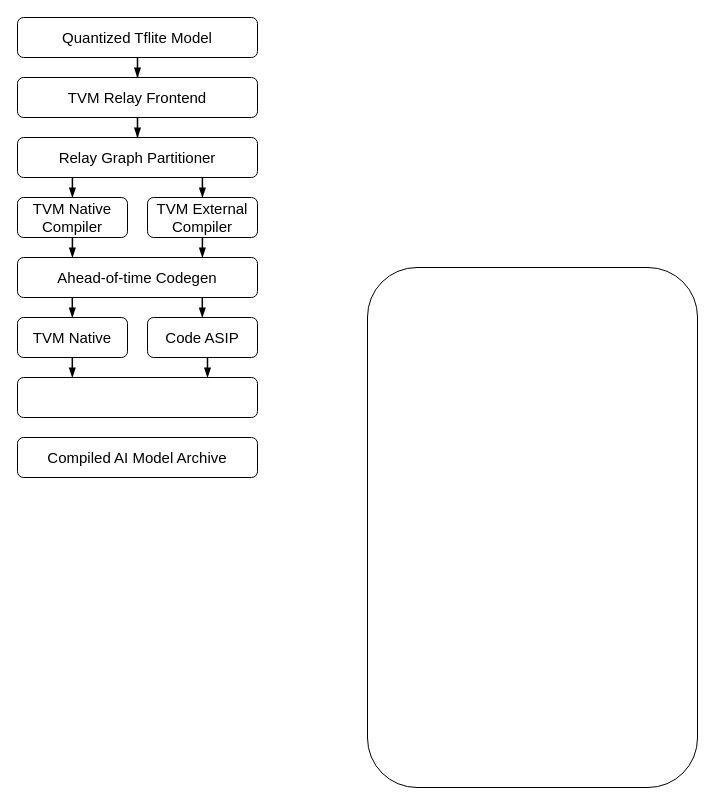
Before: TVM.drawio in hoangtv2000/document-collection, a draw.io diagram. Source tidied: cells renumbered, new cells numbered last; positions are measured from the earlier drawing's top-left corner, leaving out a move shared by most shapes. Both pictures are drawn from the tidied source at 100%, with x=0, y=0 at pixel (17, 17).
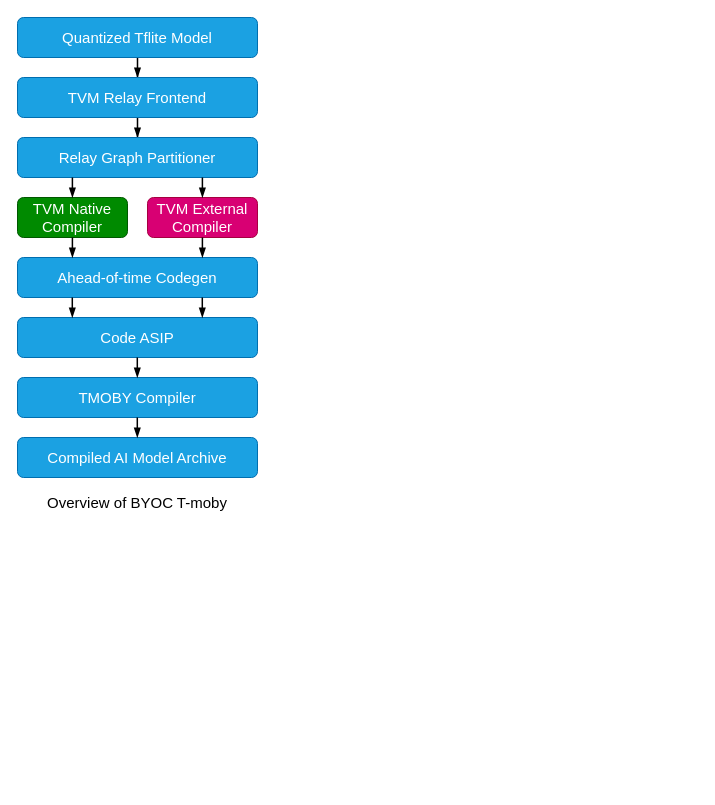
The same diagram, later.

Commit message (it also covers changes not shown here):
Cập nhật TVM.drawio

Diff of the diagram source:
```diff
@@
-    <mxCell id="2" style="rounded=1;whiteSpace=wrap;html=1;" parent="1" vertex="1">
-      <mxGeometry x="350" y="250" width="330" height="520" as="geometry" />
-    </mxCell>
@@
-    <mxCell id="4" value="&lt;span style=&quot;font-size: 15px;&quot;&gt;Quantized Tflite Model&lt;/span&gt;" style="rounded=1;whiteSpace=wrap;html=1;" parent="1" vertex="1">
+    <mxCell id="4" value="&lt;span style=&quot;font-size: 15px;&quot;&gt;Quantized Tflite Model&lt;/span&gt;" style="rounded=1;whiteSpace=wrap;html=1;fillColor=#1ba1e2;strokeColor=#006EAF;fontColor=#ffffff;" parent="1" vertex="1">
       <mxGeometry width="240" height="40" as="geometry" />
     </mxCell>
@@
-    <mxCell id="6" value="&lt;font style=&quot;font-size: 15px;&quot;&gt;TVM Relay Frontend&lt;/font&gt;" style="rounded=1;whiteSpace=wrap;html=1;" parent="1" vertex="1">
+    <mxCell id="6" value="&lt;font style=&quot;font-size: 15px;&quot;&gt;TVM Relay Frontend&lt;/font&gt;" style="rounded=1;whiteSpace=wrap;html=1;fillColor=#1ba1e2;strokeColor=#006EAF;fontColor=#ffffff;" parent="1" vertex="1">
       <mxGeometry y="60" width="240" height="40" as="geometry" />
     </mxCell>
-    <mxCell id="7" value="&lt;font style=&quot;font-size: 15px;&quot;&gt;Relay Graph Partitioner&lt;/font&gt;" style="rounded=1;whiteSpace=wrap;html=1;" parent="1" vertex="1">
+    <mxCell id="7" value="&lt;font style=&quot;font-size: 15px;&quot;&gt;Relay Graph Partitioner&lt;/font&gt;" style="rounded=1;whiteSpace=wrap;html=1;fillColor=#1ba1e2;strokeColor=#006EAF;fontColor=#ffffff;" parent="1" vertex="1">
       <mxGeometry y="120" width="240" height="40" as="geometry" />
     </mxCell>
-    <mxCell id="8" value="&lt;font style=&quot;font-size: 15px;&quot;&gt;TVM Native&lt;br&gt;Compiler&lt;/font&gt;" style="rounded=1;whiteSpace=wrap;html=1;" parent="1" vertex="1">
+    <mxCell id="8" value="&lt;font style=&quot;font-size: 15px;&quot;&gt;TVM Native&lt;br&gt;Compiler&lt;/font&gt;" style="rounded=1;whiteSpace=wrap;html=1;fillColor=#008a00;fontColor=#ffffff;strokeColor=#005700;" parent="1" vertex="1">
       <mxGeometry y="180" width="110" height="40" as="geometry" />
     </mxCell>
-    <mxCell id="9" value="&lt;font style=&quot;font-size: 15px;&quot;&gt;Ahead-of-time Codegen&lt;/font&gt;" style="rounded=1;whiteSpace=wrap;html=1;" parent="1" vertex="1">
+    <mxCell id="9" value="&lt;font style=&quot;font-size: 15px;&quot;&gt;Ahead-of-time Codegen&lt;/font&gt;" style="rounded=1;whiteSpace=wrap;html=1;fillColor=#1ba1e2;fontColor=#ffffff;strokeColor=#006EAF;" parent="1" vertex="1">
       <mxGeometry y="240" width="240" height="40" as="geometry" />
     </mxCell>
-    <mxCell id="10" value="&lt;font style=&quot;font-size: 15px;&quot;&gt;Code ASIP&lt;/font&gt;" style="rounded=1;whiteSpace=wrap;html=1;" parent="1" vertex="1">
-      <mxGeometry x="130" y="300" width="110" height="40" as="geometry" />
+    <mxCell id="10" value="&lt;font style=&quot;font-size: 15px;&quot;&gt;Code ASIP&lt;/font&gt;" style="rounded=1;whiteSpace=wrap;html=1;fillColor=#1ba1e2;strokeColor=#006EAF;fontColor=#ffffff;" parent="1" vertex="1">
+      <mxGeometry y="300" width="240" height="40" as="geometry" />
     </mxCell>
-    <mxCell id="11" style="rounded=1;whiteSpace=wrap;html=1;" parent="1" vertex="1">
+    <mxCell id="11" value="&lt;span style=&quot;font-size: 15px;&quot;&gt;TMOBY Compiler&lt;/span&gt;" style="rounded=1;whiteSpace=wrap;html=1;fillColor=#1ba1e2;strokeColor=#006EAF;fontColor=#ffffff;" parent="1" vertex="1">
       <mxGeometry y="360" width="240" height="40" as="geometry" />
     </mxCell>
-    <mxCell id="12" value="&lt;font style=&quot;font-size: 15px;&quot;&gt;Compiled AI Model Archive&lt;/font&gt;" style="rounded=1;whiteSpace=wrap;html=1;" parent="1" vertex="1">
+    <mxCell id="12" value="&lt;font style=&quot;font-size: 15px;&quot;&gt;Compiled AI Model Archive&lt;/font&gt;" style="rounded=1;whiteSpace=wrap;html=1;fillColor=#1ba1e2;strokeColor=#006EAF;fontColor=#ffffff;" parent="1" vertex="1">
       <mxGeometry y="420" width="240" height="40" as="geometry" />
     </mxCell>
-    <mxCell id="13" value="&lt;font style=&quot;font-size: 15px;&quot;&gt;TVM External&lt;br&gt;Compiler&lt;/font&gt;" style="rounded=1;whiteSpace=wrap;html=1;" parent="1" vertex="1">
+    <mxCell id="13" value="&lt;font style=&quot;font-size: 15px;&quot;&gt;TVM External&lt;br&gt;Compiler&lt;/font&gt;" style="rounded=1;whiteSpace=wrap;html=1;fillColor=#d80073;strokeColor=#A50040;fontColor=#ffffff;" parent="1" vertex="1">
       <mxGeometry x="130" y="180" width="110" height="40" as="geometry" />
     </mxCell>
-    <mxCell id="14" value="&lt;span style=&quot;font-size: 15px;&quot;&gt;TVM Native&lt;/span&gt;" style="rounded=1;whiteSpace=wrap;html=1;" parent="1" vertex="1">
-      <mxGeometry y="300" width="110" height="40" as="geometry" />
-    </mxCell>
@@
-    <mxCell id="21" style="edgeStyle=orthogonalEdgeStyle;shape=connector;rounded=0;orthogonalLoop=1;jettySize=auto;html=1;entryX=0.5;entryY=0;entryDx=0;entryDy=0;strokeColor=default;align=center;verticalAlign=middle;fontFamily=Helvetica;fontSize=11;fontColor=default;labelBackgroundColor=default;endArrow=blockThin;endFill=1;strokeWidth=1.5;" parent="1" edge="1">
-      <mxGeometry relative="1" as="geometry">
-        <mxPoint x="54.8" y="340" as="sourcePoint" />
-        <mxPoint x="54.8" y="360" as="targetPoint" />
-      </mxGeometry>
-    </mxCell>
-    <mxCell id="22" style="edgeStyle=orthogonalEdgeStyle;shape=connector;rounded=0;orthogonalLoop=1;jettySize=auto;html=1;entryX=0.5;entryY=0;entryDx=0;entryDy=0;strokeColor=default;align=center;verticalAlign=middle;fontFamily=Helvetica;fontSize=11;fontColor=default;labelBackgroundColor=default;endArrow=blockThin;endFill=1;strokeWidth=1.5;" parent="1" edge="1">
-      <mxGeometry relative="1" as="geometry">
-        <mxPoint x="190" y="340" as="sourcePoint" />
-        <mxPoint x="190" y="360" as="targetPoint" />
-      </mxGeometry>
-    </mxCell>
+    <mxCell id="23" style="edgeStyle=orthogonalEdgeStyle;shape=connector;rounded=0;orthogonalLoop=1;jettySize=auto;html=1;entryX=0.5;entryY=0;entryDx=0;entryDy=0;strokeColor=default;align=center;verticalAlign=middle;fontFamily=Helvetica;fontSize=11;fontColor=default;labelBackgroundColor=default;endArrow=blockThin;endFill=1;strokeWidth=1.5;" parent="1" edge="1">
+      <mxGeometry relative="1" as="geometry">
+        <mxPoint x="119.8" y="340" as="sourcePoint" />
+        <mxPoint x="119.8" y="360" as="targetPoint" />
+      </mxGeometry>
+    </mxCell>
+    <mxCell id="24" style="edgeStyle=orthogonalEdgeStyle;shape=connector;rounded=0;orthogonalLoop=1;jettySize=auto;html=1;entryX=0.5;entryY=0;entryDx=0;entryDy=0;strokeColor=default;align=center;verticalAlign=middle;fontFamily=Helvetica;fontSize=11;fontColor=default;labelBackgroundColor=default;endArrow=blockThin;endFill=1;strokeWidth=1.5;" parent="1" edge="1">
+      <mxGeometry relative="1" as="geometry">
+        <mxPoint x="119.8" y="400" as="sourcePoint" />
+        <mxPoint x="119.8" y="420" as="targetPoint" />
+      </mxGeometry>
+    </mxCell>
+    <mxCell id="25" value="&lt;font style=&quot;font-size: 15px;&quot;&gt;Overview of BYOC T-moby&lt;/font&gt;" style="text;html=1;align=center;verticalAlign=middle;whiteSpace=wrap;rounded=0;" parent="1" vertex="1">
+      <mxGeometry x="20" y="470" width="200" height="30" as="geometry" />
+    </mxCell>
```
